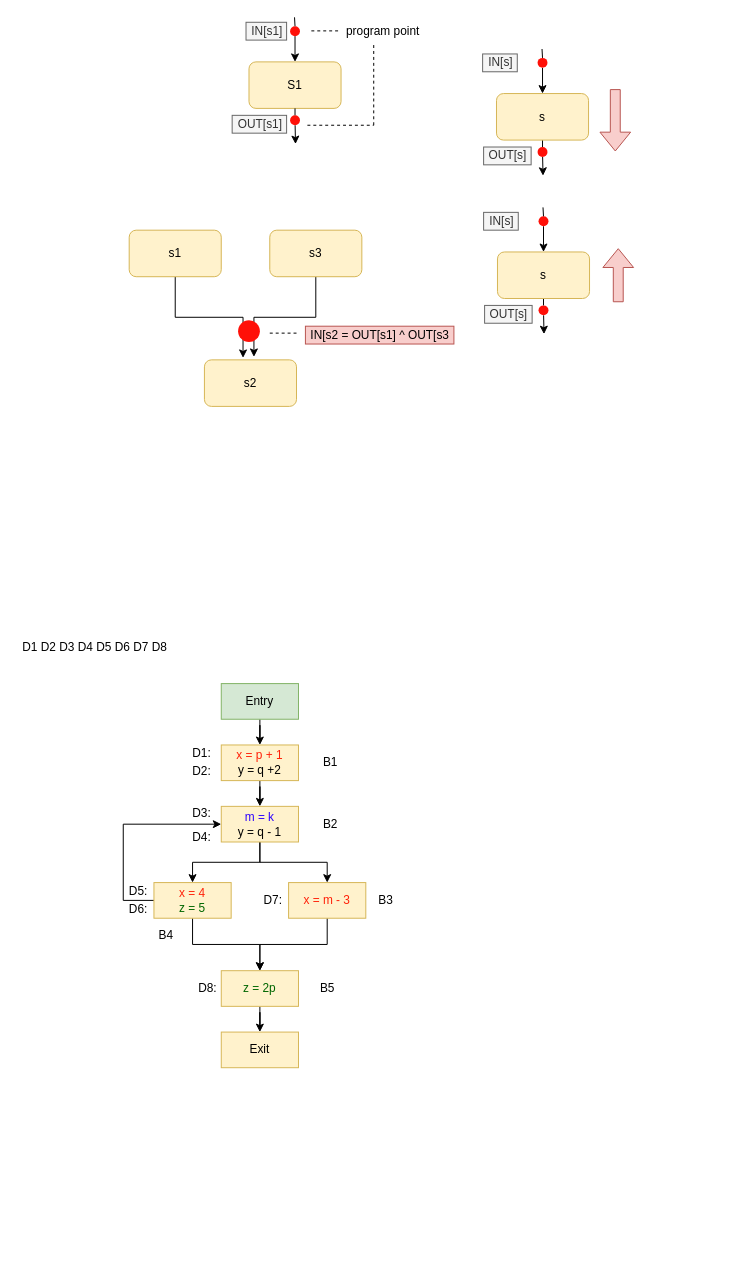
The draw.io diagram course/static-program-analysis/static-program-analysis-03-data-flow-analysis-1/未命名绘图.drawio in K1ose/K1ose.github.io, before the edit. Source tidied: cells renumbered, new cells numbered last; positions are measured from the earlier drawing's top-left corner, leaving out a move shared by most shapes. Both pictures are drawn from the tidied source at 99%, with x=0, y=0 at pixel (17, 17).
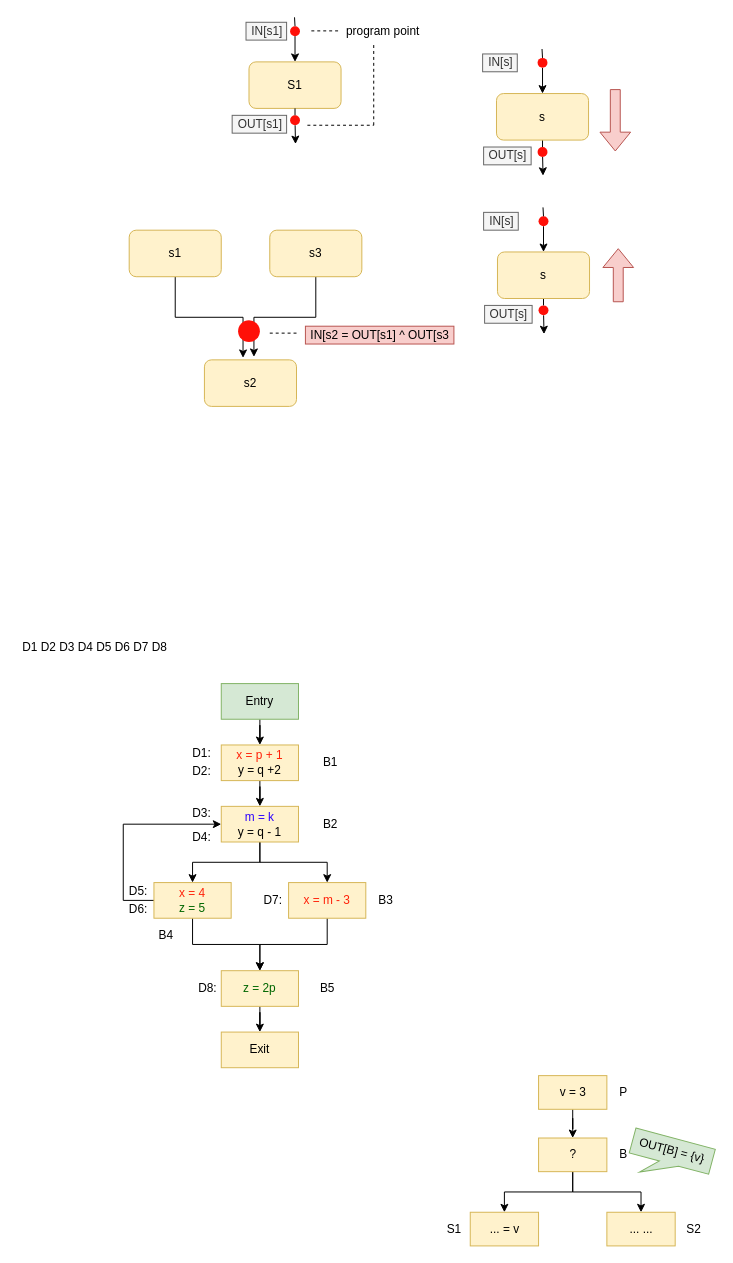
The same page after the edit.

Diff of the diagram source:
```diff
@@
+    <mxCell id="72" style="edgeStyle=orthogonalEdgeStyle;rounded=0;jettySize=auto;html=1;" parent="1" edge="1" source="73" target="76">
+      <mxGeometry relative="1" as="geometry" />
+    </mxCell>
+    <mxCell id="73" value="v = 3" style="rounded=0;whiteSpace=wrap;html=1;fillColor=#fff2cc;strokeColor=#d6b656;" parent="1" vertex="1">
+      <mxGeometry x="526.5" y="1069" width="69" height="34" as="geometry" />
+    </mxCell>
+    <mxCell id="74" style="edgeStyle=orthogonalEdgeStyle;rounded=0;jettySize=auto;html=1;" parent="1" edge="1" source="76" target="77">
+      <mxGeometry relative="1" as="geometry" />
+    </mxCell>
+    <mxCell id="75" style="edgeStyle=orthogonalEdgeStyle;rounded=0;jettySize=auto;html=1;" parent="1" edge="1" source="76" target="78">
+      <mxGeometry relative="1" as="geometry" />
+    </mxCell>
+    <mxCell id="76" value="?" style="rounded=0;whiteSpace=wrap;html=1;fillColor=#fff2cc;strokeColor=#d6b656;" parent="1" vertex="1">
+      <mxGeometry x="526.5" y="1132" width="69" height="34" as="geometry" />
+    </mxCell>
+    <mxCell id="77" value="... = v" style="rounded=0;whiteSpace=wrap;html=1;fillColor=#fff2cc;strokeColor=#d6b656;" parent="1" vertex="1">
+      <mxGeometry x="457.5" y="1207" width="69" height="34" as="geometry" />
+    </mxCell>
+    <mxCell id="78" value="... ..." style="rounded=0;whiteSpace=wrap;html=1;fillColor=#fff2cc;strokeColor=#d6b656;" parent="1" vertex="1">
+      <mxGeometry x="595.5" y="1207" width="69" height="34" as="geometry" />
+    </mxCell>
+    <mxCell id="79" value="B" style="text;html=1;align=center;verticalAlign=middle;strokeColor=none;fillColor=none;" parent="1" vertex="1">
+      <mxGeometry x="603" y="1140" width="18" height="18" as="geometry" />
+    </mxCell>
+    <mxCell id="80" value="P" style="text;html=1;align=center;verticalAlign=middle;strokeColor=none;fillColor=none;" parent="1" vertex="1">
+      <mxGeometry x="603" y="1077" width="18" height="18" as="geometry" />
+    </mxCell>
+    <mxCell id="81" value="S1" style="text;html=1;align=center;verticalAlign=middle;strokeColor=none;fillColor=none;" parent="1" vertex="1">
+      <mxGeometry x="429" y="1215" width="24" height="18" as="geometry" />
+    </mxCell>
+    <mxCell id="82" value="S2" style="text;html=1;align=center;verticalAlign=middle;strokeColor=none;fillColor=none;" parent="1" vertex="1">
+      <mxGeometry x="671" y="1215" width="24" height="18" as="geometry" />
+    </mxCell>
+    <mxCell id="83" value="OUT[B] = {v}" style="shape=callout;whiteSpace=wrap;html=1;perimeter=calloutPerimeter;rotation=15;position2=0.18;size=16;position=0.38;fillColor=#d5e8d4;strokeColor=#82b366;" parent="1" vertex="1">
+      <mxGeometry x="618" y="1132" width="83" height="42" as="geometry" />
+    </mxCell>
```
